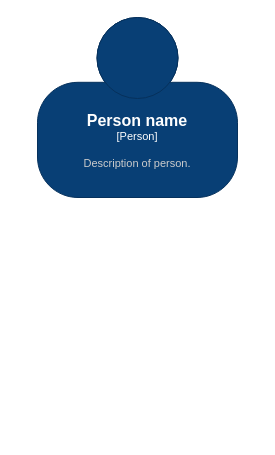
Above: Projeto_1_Padaria/Projeto1.drawio in MaluAbrami/ProgWeb (draw.io), before the change. Source tidied: cells renumbered, new cells numbered last; positions are measured from the earlier drawing's top-left corner, leaving out a move shared by most shapes. Both pictures are drawn from the tidied source at 100%, with x=0, y=0 at pixel (37, 17).
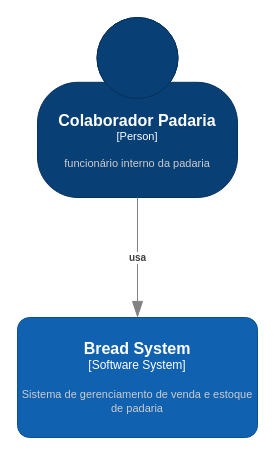
Above is the later version.

The edit, as a diff of the source:
```diff
@@
 <mxGraphModel>
   <root>
     <mxCell id="0" />
     <mxCell id="1" parent="0" />
-    <object id="2" label="&lt;font style=&quot;font-size: 16px&quot;&gt;&lt;b&gt;%c4Name%&lt;/b&gt;&lt;/font&gt;&lt;div&gt;[%c4Type%]&lt;/div&gt;&lt;br&gt;&lt;div&gt;&lt;font style=&quot;font-size: 11px&quot;&gt;&lt;font color=&quot;#cccccc&quot;&gt;%c4Description%&lt;/font&gt;&lt;/div&gt;" c4Description="Description of person." c4Name="Person name" c4Type="Person" placeholders="1">
+    <object id="2" label="&lt;font style=&quot;font-size: 16px&quot;&gt;&lt;b&gt;%c4Name%&lt;/b&gt;&lt;/font&gt;&lt;div&gt;[%c4Type%]&lt;/div&gt;&lt;br&gt;&lt;div&gt;&lt;font style=&quot;font-size: 11px&quot;&gt;&lt;font color=&quot;#cccccc&quot;&gt;%c4Description%&lt;/font&gt;&lt;/div&gt;" c4Description="funcionário interno da padaria" c4Name="Colaborador Padaria" c4Type="Person" placeholders="1">
       <mxCell style="html=1;fontSize=11;dashed=0;whiteSpace=wrap;fillColor=#083F75;strokeColor=#06315C;fontColor=#ffffff;shape=mxgraph.c4.person2;align=center;points=[[0.5,0,0],[1,0.5,0],[1,0.75,0],[0.75,1,0],[0.5,1,0],[0.25,1,0],[0,0.75,0],[0,0.5,0]];" parent="1" vertex="1">
         <mxGeometry width="200" height="180" as="geometry" />
       </mxCell>
     </object>
+    <object id="3" label="&lt;font style=&quot;font-size: 16px&quot;&gt;&lt;b&gt;%c4Name%&lt;/b&gt;&lt;/font&gt;&lt;div&gt;[%c4Type%]&lt;/div&gt;&lt;br&gt;&lt;div&gt;&lt;font style=&quot;font-size: 11px&quot;&gt;&lt;font color=&quot;#cccccc&quot;&gt;%c4Description%&lt;/font&gt;&lt;/div&gt;" c4Description="Sistema de gerenciamento de venda e estoque de padaria" c4Name="Bread System" c4Type="Software System" placeholders="1">
+      <mxCell style="rounded=1;whiteSpace=wrap;html=1;labelBackgroundColor=none;fillColor=#1061B0;fontColor=#ffffff;align=center;arcSize=10;strokeColor=#0D5091;points=[[0.25,0,0],[0.5,0,0],[0.75,0,0],[1,0.25,0],[1,0.5,0],[1,0.75,0],[0.75,1,0],[0.5,1,0],[0.25,1,0],[0,0.75,0],[0,0.5,0],[0,0.25,0]];" parent="1" vertex="1">
+        <mxGeometry x="-20" y="300" width="240" height="120" as="geometry" />
+      </mxCell>
+    </object>
+    <object id="4" label="&lt;div style=&quot;text-align: left&quot;&gt;&lt;div style=&quot;text-align: center&quot;&gt;&lt;b&gt;%c4Description%&lt;/b&gt;&lt;/div&gt;" c4Description="usa" placeholders="1">
+      <mxCell style="endArrow=blockThin;html=1;fontSize=10;fontColor=#404040;strokeWidth=1;endFill=1;strokeColor=#828282;elbow=vertical;endSize=14;startSize=14;jumpStyle=arc;jumpSize=16;rounded=0;edgeStyle=orthogonalEdgeStyle;exitX=0.5;exitY=1;exitDx=0;exitDy=0;exitPerimeter=0;" parent="1" edge="1" source="2" target="3">
+        <mxGeometry relative="1" as="geometry" />
+      </mxCell>
+    </object>
   </root>
 </mxGraphModel>
```
